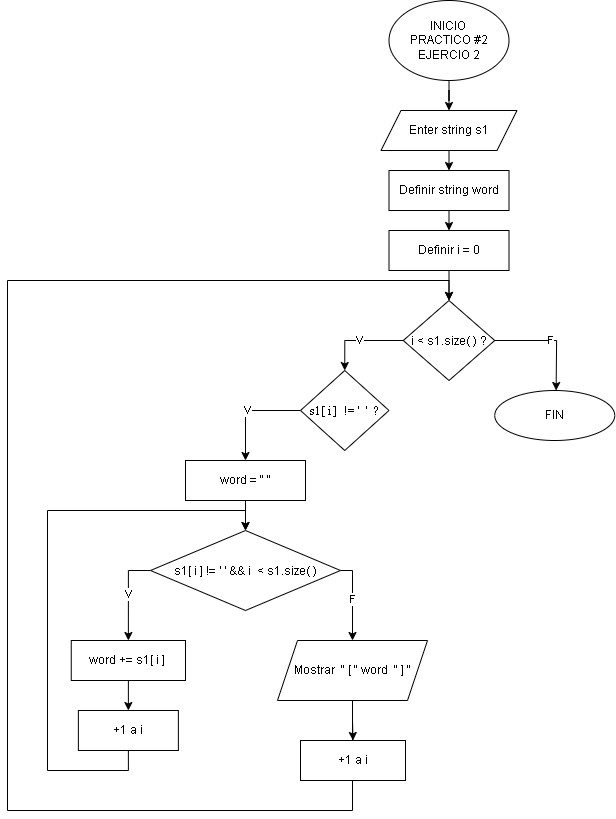
The draw.io diagram Pract2 Eje1.drawio.png in D4ri4na/DiagramasDeFlujo, before a commit. Source tidied: cells renumbered, new cells last; positions are measured from the earlier drawing's top-left corner, leaving out a move shared by most shapes. Its diagram source:
```xml
<mxGraphModel>
  <root>
    <mxCell id="0" />
    <mxCell id="1" parent="0" />
    <mxCell id="2" style="edgeStyle=orthogonalEdgeStyle;rounded=0;jettySize=auto;html=1;exitX=0.5;exitY=1;exitDx=0;exitDy=0;fontFamily=Helvetica;" parent="1" edge="1" source="3" target="5">
      <mxGeometry relative="1" as="geometry" />
    </mxCell>
    <mxCell id="3" value="INICIO&amp;nbsp;&lt;div&gt;PRACTICO #2&lt;br&gt;&lt;div&gt;EJERCIO 2&lt;/div&gt;&lt;/div&gt;" style="ellipse;whiteSpace=wrap;html=1;fontFamily=Helvetica;" parent="1" vertex="1">
      <mxGeometry x="381.5" width="120" height="80" as="geometry" />
    </mxCell>
    <mxCell id="4" style="edgeStyle=orthogonalEdgeStyle;rounded=0;jettySize=auto;html=1;exitX=0.5;exitY=1;exitDx=0;exitDy=0;entryX=0.5;entryY=0;entryDx=0;entryDy=0;fontFamily=Helvetica;" parent="1" edge="1" source="5">
      <mxGeometry relative="1" as="geometry">
        <mxPoint x="441.5" y="170" as="targetPoint" />
      </mxGeometry>
    </mxCell>
    <mxCell id="5" value="Enter string s1" style="shape=parallelogram;perimeter=parallelogramPerimeter;whiteSpace=wrap;html=1;fixedSize=1;fontFamily=Helvetica;" parent="1" vertex="1">
      <mxGeometry x="373.5" y="110" width="136" height="40" as="geometry" />
    </mxCell>
    <mxCell id="6" style="edgeStyle=orthogonalEdgeStyle;rounded=0;jettySize=auto;html=1;exitX=0.5;exitY=1;exitDx=0;exitDy=0;entryX=0.5;entryY=0;entryDx=0;entryDy=0;" parent="1" edge="1" target="11">
      <mxGeometry relative="1" as="geometry">
        <mxPoint x="441.5" y="270" as="sourcePoint" />
      </mxGeometry>
    </mxCell>
    <mxCell id="7" style="edgeStyle=orthogonalEdgeStyle;rounded=0;jettySize=auto;html=1;exitX=0.5;exitY=1;exitDx=0;exitDy=0;entryX=0.5;entryY=0;entryDx=0;entryDy=0;" parent="1" edge="1" source="8" target="17">
      <mxGeometry relative="1" as="geometry" />
    </mxCell>
    <mxCell id="8" value="Definir string word" style="rounded=0;whiteSpace=wrap;html=1;" parent="1" vertex="1">
      <mxGeometry x="381.5" y="170" width="120" height="40" as="geometry" />
    </mxCell>
    <mxCell id="9" value="V" style="edgeStyle=orthogonalEdgeStyle;rounded=0;jettySize=auto;html=1;exitX=0;exitY=0.5;exitDx=0;exitDy=0;entryX=0.5;entryY=0;entryDx=0;entryDy=0;" parent="1" edge="1" source="11" target="13">
      <mxGeometry relative="1" as="geometry" />
    </mxCell>
    <mxCell id="10" value="F" style="edgeStyle=orthogonalEdgeStyle;rounded=0;jettySize=auto;html=1;exitX=1;exitY=0.5;exitDx=0;exitDy=0;entryX=0.5;entryY=0;entryDx=0;entryDy=0;" parent="1" edge="1" source="11">
      <mxGeometry relative="1" as="geometry">
        <mxPoint x="548.6" y="390" as="targetPoint" />
      </mxGeometry>
    </mxCell>
    <mxCell id="11" value="&lt;div style=&quot;line-height: 19px; white-space: pre;&quot;&gt;&lt;font style=&quot;font-size: 12px;&quot; face=&quot;Helvetica&quot;&gt;i &amp;lt; s1.size( ) ?&lt;/font&gt;&lt;/div&gt;" style="rhombus;whiteSpace=wrap;html=1;" parent="1" vertex="1">
      <mxGeometry x="395.8" y="300" width="91.5" height="80" as="geometry" />
    </mxCell>
    <mxCell id="12" value="V" style="edgeStyle=orthogonalEdgeStyle;rounded=0;jettySize=auto;html=1;exitX=0;exitY=0.5;exitDx=0;exitDy=0;entryX=0.5;entryY=0;entryDx=0;entryDy=0;" parent="1" edge="1" source="13" target="19">
      <mxGeometry relative="1" as="geometry" />
    </mxCell>
    <mxCell id="13" value="&lt;font style=&quot;font-size: 12px;&quot; face=&quot;Helvetica&quot;&gt;&lt;br&gt;&lt;/font&gt;&lt;div style=&quot;font-weight: normal; line-height: 19px; white-space: pre;&quot;&gt;&lt;div&gt;&lt;font style=&quot;font-size: 12px;&quot; face=&quot;aPhMXy9acI9b3G9SYoG7&quot;&gt;s1[ i ]  != '  '  ?&lt;/font&gt;&lt;/div&gt;&lt;/div&gt;&lt;font style=&quot;font-size: 12px;&quot; face=&quot;aPhMXy9acI9b3G9SYoG7&quot;&gt;&lt;br&gt;&lt;/font&gt;" style="rhombus;whiteSpace=wrap;html=1;" parent="1" vertex="1">
      <mxGeometry x="293" y="370" width="88.5" height="80" as="geometry" />
    </mxCell>
    <mxCell id="14" style="edgeStyle=orthogonalEdgeStyle;rounded=0;jettySize=auto;html=1;exitX=0.5;exitY=1;exitDx=0;exitDy=0;entryX=0.5;entryY=0;entryDx=0;entryDy=0;" parent="1" edge="1" source="15" target="24">
      <mxGeometry relative="1" as="geometry" />
    </mxCell>
    <mxCell id="15" value="word +=&amp;nbsp;&lt;span style=&quot;white-space: pre; background-color: rgb(255, 255, 255);&quot;&gt;s1[ i ] &lt;/span&gt;" style="rounded=0;whiteSpace=wrap;html=1;" parent="1" vertex="1">
      <mxGeometry x="63.8" y="640" width="114.2" height="40" as="geometry" />
    </mxCell>
    <mxCell id="16" value="FIN" style="ellipse;whiteSpace=wrap;html=1;" parent="1" vertex="1">
      <mxGeometry x="487.2" y="390" width="120" height="50" as="geometry" />
    </mxCell>
    <mxCell id="17" value="Definir i = 0" style="rounded=0;whiteSpace=wrap;html=1;" parent="1" vertex="1">
      <mxGeometry x="381.5" y="230" width="120" height="40" as="geometry" />
    </mxCell>
    <mxCell id="18" style="edgeStyle=orthogonalEdgeStyle;rounded=0;jettySize=auto;html=1;exitX=0.5;exitY=1;exitDx=0;exitDy=0;entryX=0.5;entryY=0;entryDx=0;entryDy=0;" parent="1" edge="1" source="19" target="22">
      <mxGeometry relative="1" as="geometry" />
    </mxCell>
    <mxCell id="19" value="word = &quot; &quot;" style="rounded=0;whiteSpace=wrap;html=1;" parent="1" vertex="1">
      <mxGeometry x="178" y="460" width="120" height="40" as="geometry" />
    </mxCell>
    <mxCell id="20" value="V" style="edgeStyle=orthogonalEdgeStyle;rounded=0;jettySize=auto;html=1;exitX=0;exitY=0.5;exitDx=0;exitDy=0;entryX=0.5;entryY=0;entryDx=0;entryDy=0;" parent="1" edge="1" source="22" target="15">
      <mxGeometry relative="1" as="geometry" />
    </mxCell>
    <mxCell id="21" value="F" style="edgeStyle=orthogonalEdgeStyle;rounded=0;jettySize=auto;html=1;exitX=1;exitY=0.5;exitDx=0;exitDy=0;entryX=0.5;entryY=0;entryDx=0;entryDy=0;" parent="1" edge="1" source="22" target="27">
      <mxGeometry relative="1" as="geometry">
        <Array as="points">
          <mxPoint x="345" y="570" />
        </Array>
      </mxGeometry>
    </mxCell>
    <mxCell id="22" value="&lt;font face=&quot;Helvetica&quot; style=&quot;font-size: 12px;&quot;&gt;&lt;br&gt;&lt;/font&gt;&lt;div style=&quot;background-color: rgb(255, 255, 255); font-weight: normal; line-height: 19px; white-space: pre;&quot;&gt;&lt;div&gt;&lt;font face=&quot;Helvetica&quot; style=&quot;font-size: 12px;&quot;&gt;s1[ i ] != ' ' &amp;amp;&amp;amp; i  &amp;lt; s1.size( )&lt;/font&gt;&lt;/div&gt;&lt;/div&gt;&lt;font face=&quot;fasZDs1dVsq42sTJvbr6&quot; style=&quot;font-size: 12px;&quot;&gt;&lt;br&gt;&lt;/font&gt;" style="rhombus;whiteSpace=wrap;html=1;" parent="1" vertex="1">
      <mxGeometry x="143" y="530" width="190" height="80" as="geometry" />
    </mxCell>
    <mxCell id="23" style="edgeStyle=orthogonalEdgeStyle;rounded=0;jettySize=auto;html=1;exitX=0.5;exitY=1;exitDx=0;exitDy=0;entryX=0.5;entryY=0;entryDx=0;entryDy=0;" parent="1" edge="1" source="24" target="22">
      <mxGeometry relative="1" as="geometry">
        <Array as="points">
          <mxPoint x="121" y="770" />
          <mxPoint x="40" y="770" />
          <mxPoint x="40" y="510" />
          <mxPoint x="238" y="510" />
        </Array>
      </mxGeometry>
    </mxCell>
    <mxCell id="24" value="+1 a i" style="rounded=0;whiteSpace=wrap;html=1;" parent="1" vertex="1">
      <mxGeometry x="70.9" y="710" width="100" height="40" as="geometry" />
    </mxCell>
    <mxCell id="25" style="edgeStyle=orthogonalEdgeStyle;rounded=0;jettySize=auto;html=1;exitX=0.5;exitY=1;exitDx=0;exitDy=0;entryX=0.5;entryY=0;entryDx=0;entryDy=0;" parent="1" edge="1" source="27" target="11">
      <mxGeometry relative="1" as="geometry">
        <Array as="points">
          <mxPoint x="345" y="810" />
          <mxPoint y="810" />
          <mxPoint y="280" />
          <mxPoint x="442" y="280" />
        </Array>
      </mxGeometry>
    </mxCell>
    <mxCell id="26" style="edgeStyle=orthogonalEdgeStyle;rounded=0;jettySize=auto;html=1;exitX=0.5;exitY=1;exitDx=0;exitDy=0;entryX=0.5;entryY=0;entryDx=0;entryDy=0;" parent="1" edge="1" source="27" target="28">
      <mxGeometry relative="1" as="geometry" />
    </mxCell>
    <mxCell id="27" value="&lt;font style=&quot;font-size: 12px;&quot; face=&quot;Helvetica&quot;&gt;Mostrar&amp;nbsp;&amp;nbsp;&lt;span style=&quot;white-space: pre;&quot;&gt;&quot; [ &quot; &lt;/span&gt;&lt;span style=&quot;background-color: rgb(255, 255, 255); white-space: pre;&quot;&gt;word  &lt;/span&gt;&lt;span style=&quot;white-space: pre;&quot;&gt;&quot; ] &quot;&lt;/span&gt;&lt;/font&gt;" style="shape=parallelogram;perimeter=parallelogramPerimeter;whiteSpace=wrap;html=1;fixedSize=1;" parent="1" vertex="1">
      <mxGeometry x="270" y="640" width="150" height="60" as="geometry" />
    </mxCell>
    <mxCell id="28" value="+1 a i" style="rounded=0;whiteSpace=wrap;html=1;" parent="1" vertex="1">
      <mxGeometry x="293" y="740" width="105" height="40" as="geometry" />
    </mxCell>
  </root>
</mxGraphModel>
```
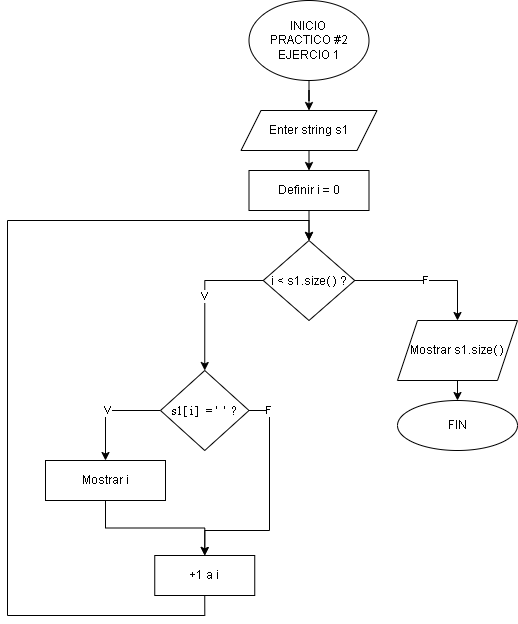
Above is the later version.

Change to the diagram source:
```diff
@@ -5,7 +5,7 @@
     <mxCell id="2" style="edgeStyle=orthogonalEdgeStyle;rounded=0;jettySize=auto;html=1;exitX=0.5;exitY=1;exitDx=0;exitDy=0;fontFamily=Helvetica;" parent="1" edge="1" source="3" target="5">
       <mxGeometry relative="1" as="geometry" />
     </mxCell>
-    <mxCell id="3" value="INICIO&amp;nbsp;&lt;div&gt;PRACTICO #2&lt;br&gt;&lt;div&gt;EJERCIO 2&lt;/div&gt;&lt;/div&gt;" style="ellipse;whiteSpace=wrap;html=1;fontFamily=Helvetica;" parent="1" vertex="1">
+    <mxCell id="3" value="INICIO&amp;nbsp;&lt;div&gt;PRACTICO #2&lt;br&gt;&lt;div&gt;EJERCIO 1&lt;/div&gt;&lt;/div&gt;" style="ellipse;whiteSpace=wrap;html=1;fontFamily=Helvetica;" parent="1" vertex="1">
       <mxGeometry x="381.5" width="120" height="80" as="geometry" />
     </mxCell>
     <mxCell id="4" style="edgeStyle=orthogonalEdgeStyle;rounded=0;jettySize=auto;html=1;exitX=0.5;exitY=1;exitDx=0;exitDy=0;entryX=0.5;entryY=0;entryDx=0;entryDy=0;fontFamily=Helvetica;" parent="1" edge="1" source="5">
@@ -16,96 +16,64 @@
     <mxCell id="5" value="Enter string s1" style="shape=parallelogram;perimeter=parallelogramPerimeter;whiteSpace=wrap;html=1;fixedSize=1;fontFamily=Helvetica;" parent="1" vertex="1">
       <mxGeometry x="373.5" y="110" width="136" height="40" as="geometry" />
     </mxCell>
-    <mxCell id="6" style="edgeStyle=orthogonalEdgeStyle;rounded=0;jettySize=auto;html=1;exitX=0.5;exitY=1;exitDx=0;exitDy=0;entryX=0.5;entryY=0;entryDx=0;entryDy=0;" parent="1" edge="1" target="11">
-      <mxGeometry relative="1" as="geometry">
-        <mxPoint x="441.5" y="270" as="sourcePoint" />
-      </mxGeometry>
-    </mxCell>
-    <mxCell id="7" style="edgeStyle=orthogonalEdgeStyle;rounded=0;jettySize=auto;html=1;exitX=0.5;exitY=1;exitDx=0;exitDy=0;entryX=0.5;entryY=0;entryDx=0;entryDy=0;" parent="1" edge="1" source="8" target="17">
-      <mxGeometry relative="1" as="geometry" />
-    </mxCell>
-    <mxCell id="8" value="Definir string word" style="rounded=0;whiteSpace=wrap;html=1;" parent="1" vertex="1">
-      <mxGeometry x="381.5" y="170" width="120" height="40" as="geometry" />
-    </mxCell>
     <mxCell id="9" value="V" style="edgeStyle=orthogonalEdgeStyle;rounded=0;jettySize=auto;html=1;exitX=0;exitY=0.5;exitDx=0;exitDy=0;entryX=0.5;entryY=0;entryDx=0;entryDy=0;" parent="1" edge="1" source="11" target="13">
       <mxGeometry relative="1" as="geometry" />
     </mxCell>
-    <mxCell id="10" value="F" style="edgeStyle=orthogonalEdgeStyle;rounded=0;jettySize=auto;html=1;exitX=1;exitY=0.5;exitDx=0;exitDy=0;entryX=0.5;entryY=0;entryDx=0;entryDy=0;" parent="1" edge="1" source="11">
-      <mxGeometry relative="1" as="geometry">
-        <mxPoint x="548.6" y="390" as="targetPoint" />
-      </mxGeometry>
-    </mxCell>
     <mxCell id="11" value="&lt;div style=&quot;line-height: 19px; white-space: pre;&quot;&gt;&lt;font style=&quot;font-size: 12px;&quot; face=&quot;Helvetica&quot;&gt;i &amp;lt; s1.size( ) ?&lt;/font&gt;&lt;/div&gt;" style="rhombus;whiteSpace=wrap;html=1;" parent="1" vertex="1">
-      <mxGeometry x="395.8" y="300" width="91.5" height="80" as="geometry" />
+      <mxGeometry x="395.8" y="240" width="91.5" height="80" as="geometry" />
     </mxCell>
     <mxCell id="12" value="V" style="edgeStyle=orthogonalEdgeStyle;rounded=0;jettySize=auto;html=1;exitX=0;exitY=0.5;exitDx=0;exitDy=0;entryX=0.5;entryY=0;entryDx=0;entryDy=0;" parent="1" edge="1" source="13" target="19">
       <mxGeometry relative="1" as="geometry" />
     </mxCell>
+    <mxCell id="29" value="F" style="edgeStyle=orthogonalEdgeStyle;rounded=0;jettySize=auto;html=1;exitX=1;exitY=0.5;exitDx=0;exitDy=0;entryX=0.5;entryY=0;entryDx=0;entryDy=0;" parent="1" edge="1" source="13" target="36">
+      <mxGeometry x="-0.84" relative="1" as="geometry">
+        <Array as="points">
+          <mxPoint x="402" y="410" />
+          <mxPoint x="402" y="530" />
+          <mxPoint x="337" y="530" />
+        </Array>
+        <mxPoint x="1" as="offset" />
+      </mxGeometry>
+    </mxCell>
-    <mxCell id="13" value="&lt;font style=&quot;font-size: 12px;&quot; face=&quot;Helvetica&quot;&gt;&lt;br&gt;&lt;/font&gt;&lt;div style=&quot;font-weight: normal; line-height: 19px; white-space: pre;&quot;&gt;&lt;div&gt;&lt;font style=&quot;font-size: 12px;&quot; face=&quot;aPhMXy9acI9b3G9SYoG7&quot;&gt;s1[ i ]  != '  '  ?&lt;/font&gt;&lt;/div&gt;&lt;/div&gt;&lt;font style=&quot;font-size: 12px;&quot; face=&quot;aPhMXy9acI9b3G9SYoG7&quot;&gt;&lt;br&gt;&lt;/font&gt;" style="rhombus;whiteSpace=wrap;html=1;" parent="1" vertex="1">
+    <mxCell id="13" value="&lt;font style=&quot;font-size: 12px;&quot; face=&quot;Helvetica&quot;&gt;&lt;br&gt;&lt;/font&gt;&lt;div style=&quot;font-weight: normal; line-height: 19px; white-space: pre;&quot;&gt;&lt;div&gt;&lt;font style=&quot;font-size: 12px;&quot; face=&quot;aPhMXy9acI9b3G9SYoG7&quot;&gt;s1[ i ]  = '  '  ?&lt;/font&gt;&lt;/div&gt;&lt;/div&gt;&lt;font style=&quot;font-size: 12px;&quot; face=&quot;aPhMXy9acI9b3G9SYoG7&quot;&gt;&lt;br&gt;&lt;/font&gt;" style="rhombus;whiteSpace=wrap;html=1;" parent="1" vertex="1">
       <mxGeometry x="293" y="370" width="88.5" height="80" as="geometry" />
     </mxCell>
-    <mxCell id="14" style="edgeStyle=orthogonalEdgeStyle;rounded=0;jettySize=auto;html=1;exitX=0.5;exitY=1;exitDx=0;exitDy=0;entryX=0.5;entryY=0;entryDx=0;entryDy=0;" parent="1" edge="1" source="15" target="24">
-      <mxGeometry relative="1" as="geometry" />
-    </mxCell>
-    <mxCell id="15" value="word +=&amp;nbsp;&lt;span style=&quot;white-space: pre; background-color: rgb(255, 255, 255);&quot;&gt;s1[ i ] &lt;/span&gt;" style="rounded=0;whiteSpace=wrap;html=1;" parent="1" vertex="1">
-      <mxGeometry x="63.8" y="640" width="114.2" height="40" as="geometry" />
-    </mxCell>
     <mxCell id="16" value="FIN" style="ellipse;whiteSpace=wrap;html=1;" parent="1" vertex="1">
-      <mxGeometry x="487.2" y="390" width="120" height="50" as="geometry" />
+      <mxGeometry x="530" y="400" width="120" height="50" as="geometry" />
     </mxCell>
+    <mxCell id="30" style="edgeStyle=orthogonalEdgeStyle;rounded=0;jettySize=auto;html=1;exitX=0.5;exitY=1;exitDx=0;exitDy=0;entryX=0.5;entryY=0;entryDx=0;entryDy=0;" parent="1" edge="1" source="17" target="11">
+      <mxGeometry relative="1" as="geometry" />
+    </mxCell>
     <mxCell id="17" value="Definir i = 0" style="rounded=0;whiteSpace=wrap;html=1;" parent="1" vertex="1">
-      <mxGeometry x="381.5" y="230" width="120" height="40" as="geometry" />
+      <mxGeometry x="381.5" y="170" width="120" height="40" as="geometry" />
     </mxCell>
-    <mxCell id="18" style="edgeStyle=orthogonalEdgeStyle;rounded=0;jettySize=auto;html=1;exitX=0.5;exitY=1;exitDx=0;exitDy=0;entryX=0.5;entryY=0;entryDx=0;entryDy=0;" parent="1" edge="1" source="19" target="22">
-      <mxGeometry relative="1" as="geometry" />
-    </mxCell>
+    <mxCell id="31" style="edgeStyle=orthogonalEdgeStyle;rounded=0;jettySize=auto;html=1;exitX=0.5;exitY=1;exitDx=0;exitDy=0;entryX=0.5;entryY=0;entryDx=0;entryDy=0;" parent="1" edge="1" source="19" target="36">
+      <mxGeometry relative="1" as="geometry" />
+    </mxCell>
-    <mxCell id="19" value="word = &quot; &quot;" style="rounded=0;whiteSpace=wrap;html=1;" parent="1" vertex="1">
+    <mxCell id="19" value="Mostrar i" style="rounded=0;whiteSpace=wrap;html=1;" parent="1" vertex="1">
       <mxGeometry x="178" y="460" width="120" height="40" as="geometry" />
     </mxCell>
-    <mxCell id="20" value="V" style="edgeStyle=orthogonalEdgeStyle;rounded=0;jettySize=auto;html=1;exitX=0;exitY=0.5;exitDx=0;exitDy=0;entryX=0.5;entryY=0;entryDx=0;entryDy=0;" parent="1" edge="1" source="22" target="15">
-      <mxGeometry relative="1" as="geometry" />
-    </mxCell>
-    <mxCell id="21" value="F" style="edgeStyle=orthogonalEdgeStyle;rounded=0;jettySize=auto;html=1;exitX=1;exitY=0.5;exitDx=0;exitDy=0;entryX=0.5;entryY=0;entryDx=0;entryDy=0;" parent="1" edge="1" source="22" target="27">
-      <mxGeometry relative="1" as="geometry">
-        <Array as="points">
-          <mxPoint x="345" y="570" />
-        </Array>
-      </mxGeometry>
-    </mxCell>
-    <mxCell id="22" value="&lt;font face=&quot;Helvetica&quot; style=&quot;font-size: 12px;&quot;&gt;&lt;br&gt;&lt;/font&gt;&lt;div style=&quot;background-color: rgb(255, 255, 255); font-weight: normal; line-height: 19px; white-space: pre;&quot;&gt;&lt;div&gt;&lt;font face=&quot;Helvetica&quot; style=&quot;font-size: 12px;&quot;&gt;s1[ i ] != ' ' &amp;amp;&amp;amp; i  &amp;lt; s1.size( )&lt;/font&gt;&lt;/div&gt;&lt;/div&gt;&lt;font face=&quot;fasZDs1dVsq42sTJvbr6&quot; style=&quot;font-size: 12px;&quot;&gt;&lt;br&gt;&lt;/font&gt;" style="rhombus;whiteSpace=wrap;html=1;" parent="1" vertex="1">
-      <mxGeometry x="143" y="530" width="190" height="80" as="geometry" />
-    </mxCell>
-    <mxCell id="23" style="edgeStyle=orthogonalEdgeStyle;rounded=0;jettySize=auto;html=1;exitX=0.5;exitY=1;exitDx=0;exitDy=0;entryX=0.5;entryY=0;entryDx=0;entryDy=0;" parent="1" edge="1" source="24" target="22">
-      <mxGeometry relative="1" as="geometry">
-        <Array as="points">
-          <mxPoint x="121" y="770" />
-          <mxPoint x="40" y="770" />
-          <mxPoint x="40" y="510" />
-          <mxPoint x="238" y="510" />
-        </Array>
-      </mxGeometry>
-    </mxCell>
-    <mxCell id="24" value="+1 a i" style="rounded=0;whiteSpace=wrap;html=1;" parent="1" vertex="1">
-      <mxGeometry x="70.9" y="710" width="100" height="40" as="geometry" />
-    </mxCell>
-    <mxCell id="25" style="edgeStyle=orthogonalEdgeStyle;rounded=0;jettySize=auto;html=1;exitX=0.5;exitY=1;exitDx=0;exitDy=0;entryX=0.5;entryY=0;entryDx=0;entryDy=0;" parent="1" edge="1" source="27" target="11">
-      <mxGeometry relative="1" as="geometry">
-        <Array as="points">
-          <mxPoint x="345" y="810" />
-          <mxPoint y="810" />
-          <mxPoint y="280" />
-          <mxPoint x="442" y="280" />
-        </Array>
-      </mxGeometry>
-    </mxCell>
-    <mxCell id="26" style="edgeStyle=orthogonalEdgeStyle;rounded=0;jettySize=auto;html=1;exitX=0.5;exitY=1;exitDx=0;exitDy=0;entryX=0.5;entryY=0;entryDx=0;entryDy=0;" parent="1" edge="1" source="27" target="28">
-      <mxGeometry relative="1" as="geometry" />
-    </mxCell>
-    <mxCell id="27" value="&lt;font style=&quot;font-size: 12px;&quot; face=&quot;Helvetica&quot;&gt;Mostrar&amp;nbsp;&amp;nbsp;&lt;span style=&quot;white-space: pre;&quot;&gt;&quot; [ &quot; &lt;/span&gt;&lt;span style=&quot;background-color: rgb(255, 255, 255); white-space: pre;&quot;&gt;word  &lt;/span&gt;&lt;span style=&quot;white-space: pre;&quot;&gt;&quot; ] &quot;&lt;/span&gt;&lt;/font&gt;" style="shape=parallelogram;perimeter=parallelogramPerimeter;whiteSpace=wrap;html=1;fixedSize=1;" parent="1" vertex="1">
-      <mxGeometry x="270" y="640" width="150" height="60" as="geometry" />
-    </mxCell>
-    <mxCell id="28" value="+1 a i" style="rounded=0;whiteSpace=wrap;html=1;" parent="1" vertex="1">
-      <mxGeometry x="293" y="740" width="105" height="40" as="geometry" />
-    </mxCell>
+    <mxCell id="32" value="F" style="edgeStyle=orthogonalEdgeStyle;rounded=0;jettySize=auto;html=1;exitX=1;exitY=0.5;exitDx=0;exitDy=0;entryX=0.5;entryY=0;entryDx=0;entryDy=0;" parent="1" edge="1" source="11" target="34">
+      <mxGeometry relative="1" as="geometry" />
+    </mxCell>
+    <mxCell id="33" style="edgeStyle=orthogonalEdgeStyle;rounded=0;jettySize=auto;html=1;exitX=0.5;exitY=1;exitDx=0;exitDy=0;entryX=0.5;entryY=0;entryDx=0;entryDy=0;" parent="1" edge="1" source="34" target="16">
+      <mxGeometry relative="1" as="geometry" />
+    </mxCell>
+    <mxCell id="34" value="Mostrar s1.size( )" style="shape=parallelogram;perimeter=parallelogramPerimeter;whiteSpace=wrap;html=1;fixedSize=1;" parent="1" vertex="1">
+      <mxGeometry x="530" y="320" width="120" height="60" as="geometry" />
+    </mxCell>
+    <mxCell id="35" style="edgeStyle=orthogonalEdgeStyle;rounded=0;jettySize=auto;html=1;exitX=0.5;exitY=1;exitDx=0;exitDy=0;entryX=0.5;entryY=0;entryDx=0;entryDy=0;" parent="1" edge="1" source="36" target="11">
+      <mxGeometry relative="1" as="geometry">
+        <Array as="points">
+          <mxPoint x="337" y="615" />
+          <mxPoint x="140" y="615" />
+          <mxPoint x="140" y="220" />
+          <mxPoint x="442" y="220" />
+        </Array>
+      </mxGeometry>
+    </mxCell>
+    <mxCell id="36" value="+1 a i" style="rounded=0;whiteSpace=wrap;html=1;" parent="1" vertex="1">
+      <mxGeometry x="287.2" y="555" width="100" height="40" as="geometry" />
+    </mxCell>
   </root>
 </mxGraphModel>
```
